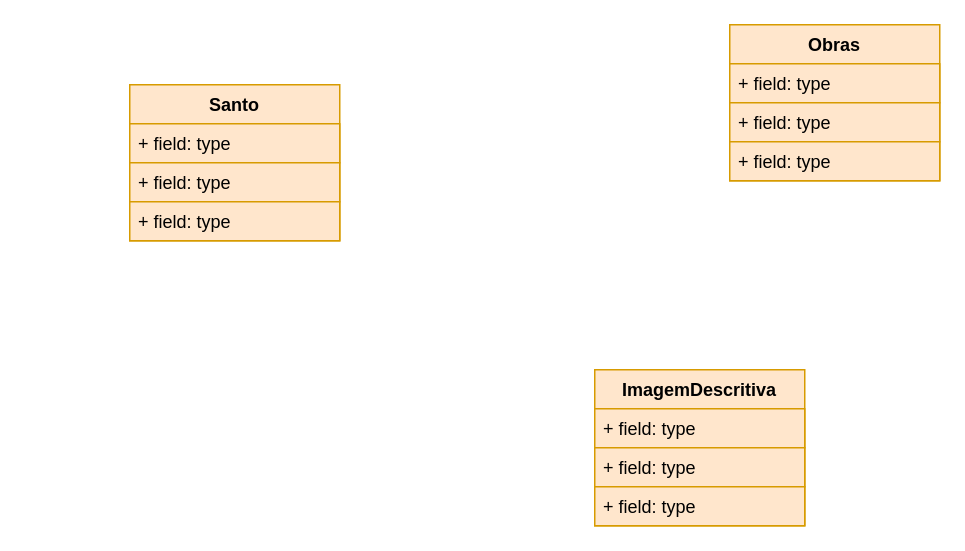
Before: page "ClassDiagram" (2 of 2) of Documentation/Untitled Diagram.drawio in the-catholics/Saints-API, a draw.io diagram. Source tidied: cells renumbered, new cells numbered last; positions are measured from the earlier drawing's top-left corner, leaving out a move shared by most shapes. Both pictures are drawn from the tidied source at 150%, with x=0, y=0 at pixel (129, 24).
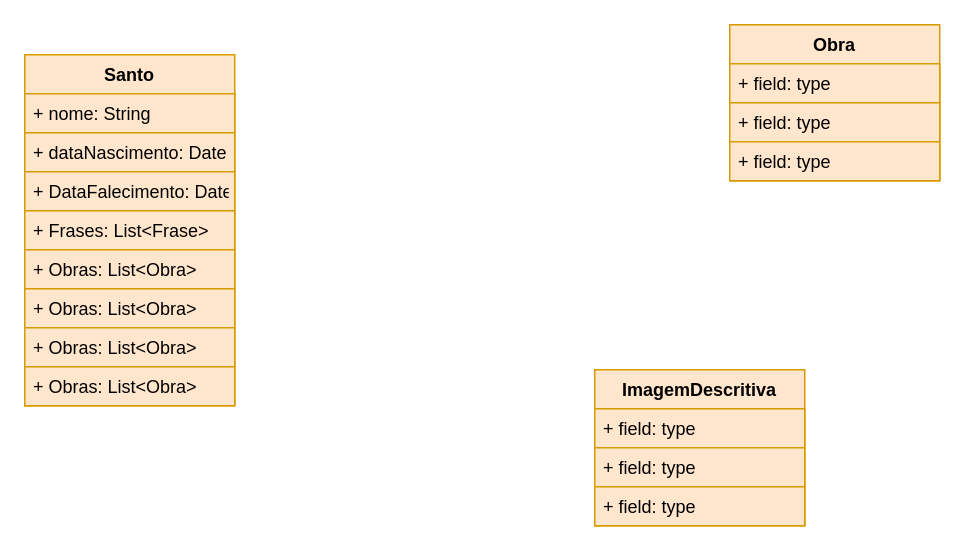
The same diagram, later.

What changed in the source:
```diff
@@
 <mxGraphModel>
   <root>
     <mxCell id="0" />
     <mxCell id="1" parent="0" />
     <mxCell id="2" value="ImagemDescritiva" style="swimlane;fontStyle=1;horizontal=1;startSize=26;fillColor=#ffe6cc;strokeColor=#d79b00;" parent="1" vertex="1">
       <mxGeometry x="310" y="230" width="140" height="104" as="geometry" />
     </mxCell>
     <mxCell id="3" value="+ field: type" style="text;strokeColor=#d79b00;fillColor=#ffe6cc;align=left;verticalAlign=top;spacingLeft=4;spacingRight=4;overflow=hidden;" parent="2" vertex="1">
       <mxGeometry y="26" width="140" height="26" as="geometry" />
     </mxCell>
     <mxCell id="4" value="+ field: type" style="text;strokeColor=#d79b00;fillColor=#ffe6cc;align=left;verticalAlign=top;spacingLeft=4;spacingRight=4;overflow=hidden;" parent="2" vertex="1">
       <mxGeometry y="52" width="140" height="26" as="geometry" />
     </mxCell>
     <mxCell id="5" value="+ field: type" style="text;strokeColor=#d79b00;fillColor=#ffe6cc;align=left;verticalAlign=top;spacingLeft=4;spacingRight=4;overflow=hidden;" parent="2" vertex="1">
       <mxGeometry y="78" width="140" height="26" as="geometry" />
     </mxCell>
-    <mxCell id="6" value="Obras" style="swimlane;fontStyle=1;horizontal=1;startSize=26;fillColor=#ffe6cc;strokeColor=#d79b00;" parent="1" vertex="1">
+    <mxCell id="6" value="Obra" style="swimlane;fontStyle=1;horizontal=1;startSize=26;fillColor=#ffe6cc;strokeColor=#d79b00;" parent="1" vertex="1">
       <mxGeometry x="400" width="140" height="104" as="geometry" />
     </mxCell>
     <mxCell id="7" value="+ field: type" style="text;strokeColor=#d79b00;fillColor=#ffe6cc;align=left;verticalAlign=top;spacingLeft=4;spacingRight=4;overflow=hidden;" parent="6" vertex="1">
       <mxGeometry y="26" width="140" height="26" as="geometry" />
     </mxCell>
     <mxCell id="8" value="+ field: type" style="text;strokeColor=#d79b00;fillColor=#ffe6cc;align=left;verticalAlign=top;spacingLeft=4;spacingRight=4;overflow=hidden;" parent="6" vertex="1">
       <mxGeometry y="52" width="140" height="26" as="geometry" />
     </mxCell>
     <mxCell id="9" value="+ field: type" style="text;strokeColor=#d79b00;fillColor=#ffe6cc;align=left;verticalAlign=top;spacingLeft=4;spacingRight=4;overflow=hidden;" parent="6" vertex="1">
       <mxGeometry y="78" width="140" height="26" as="geometry" />
     </mxCell>
     <mxCell id="10" value="Santo" style="swimlane;fontStyle=1;horizontal=1;startSize=26;fillColor=#ffe6cc;strokeColor=#d79b00;" parent="1" vertex="1">
-      <mxGeometry y="40" width="140" height="104" as="geometry" />
+      <mxGeometry x="-70" y="20" width="140" height="234" as="geometry" />
     </mxCell>
-    <mxCell id="11" value="+ field: type" style="text;strokeColor=#d79b00;fillColor=#ffe6cc;align=left;verticalAlign=top;spacingLeft=4;spacingRight=4;overflow=hidden;" parent="10" vertex="1">
+    <mxCell id="11" value="+ nome: String" style="text;strokeColor=#d79b00;fillColor=#ffe6cc;align=left;verticalAlign=top;spacingLeft=4;spacingRight=4;overflow=hidden;" parent="10" vertex="1">
       <mxGeometry y="26" width="140" height="26" as="geometry" />
     </mxCell>
-    <mxCell id="12" value="+ field: type" style="text;strokeColor=#d79b00;fillColor=#ffe6cc;align=left;verticalAlign=top;spacingLeft=4;spacingRight=4;overflow=hidden;" parent="10" vertex="1">
+    <mxCell id="12" value="+ dataNascimento: Date" style="text;strokeColor=#d79b00;fillColor=#ffe6cc;align=left;verticalAlign=top;spacingLeft=4;spacingRight=4;overflow=hidden;" parent="10" vertex="1">
       <mxGeometry y="52" width="140" height="26" as="geometry" />
     </mxCell>
-    <mxCell id="13" value="+ field: type" style="text;strokeColor=#d79b00;fillColor=#ffe6cc;align=left;verticalAlign=top;spacingLeft=4;spacingRight=4;overflow=hidden;" parent="10" vertex="1">
+    <mxCell id="13" value="+ DataFalecimento: Date" style="text;strokeColor=#d79b00;fillColor=#ffe6cc;align=left;verticalAlign=top;spacingLeft=4;spacingRight=4;overflow=hidden;" parent="10" vertex="1">
       <mxGeometry y="78" width="140" height="26" as="geometry" />
     </mxCell>
+    <mxCell id="14" value="+ Frases: List&lt;Frase&gt;" style="text;strokeColor=#d79b00;fillColor=#ffe6cc;align=left;verticalAlign=top;spacingLeft=4;spacingRight=4;overflow=hidden;" parent="10" vertex="1">
+      <mxGeometry y="104" width="140" height="26" as="geometry" />
+    </mxCell>
+    <mxCell id="15" value="+ Obras: List&lt;Obra&gt;" style="text;strokeColor=#d79b00;fillColor=#ffe6cc;align=left;verticalAlign=top;spacingLeft=4;spacingRight=4;overflow=hidden;" parent="10" vertex="1">
+      <mxGeometry y="130" width="140" height="26" as="geometry" />
+    </mxCell>
+    <mxCell id="16" value="+ Obras: List&lt;Obra&gt;" style="text;strokeColor=#d79b00;fillColor=#ffe6cc;align=left;verticalAlign=top;spacingLeft=4;spacingRight=4;overflow=hidden;" parent="10" vertex="1">
+      <mxGeometry y="156" width="140" height="26" as="geometry" />
+    </mxCell>
+    <mxCell id="17" value="+ Obras: List&lt;Obra&gt;" style="text;strokeColor=#d79b00;fillColor=#ffe6cc;align=left;verticalAlign=top;spacingLeft=4;spacingRight=4;overflow=hidden;" parent="10" vertex="1">
+      <mxGeometry y="182" width="140" height="26" as="geometry" />
+    </mxCell>
+    <mxCell id="18" value="+ Obras: List&lt;Obra&gt;" style="text;strokeColor=#d79b00;fillColor=#ffe6cc;align=left;verticalAlign=top;spacingLeft=4;spacingRight=4;overflow=hidden;" parent="10" vertex="1">
+      <mxGeometry y="208" width="140" height="26" as="geometry" />
+    </mxCell>
   </root>
 </mxGraphModel>
```
